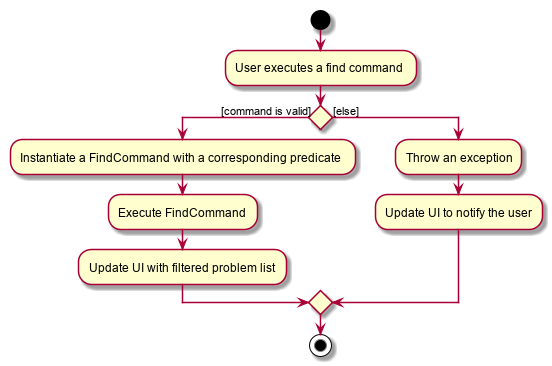
The PlantUML diagram docs/images/find/FindCommandActivityDiagram.png in nus-cs2103-AY1920S1/addressbook-level3, before a commit.
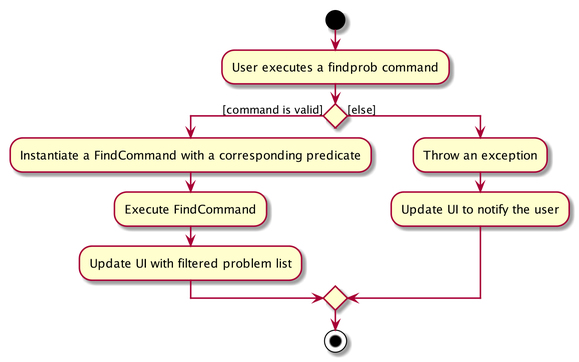
After the commit.

What changed in the source:
```diff
@@ -2,7 +2,7 @@
 
 start
 
-:User executes a find command;
+:User executes a findprob command;
 
 if () then ([command is valid])
 	:Instantiate a FindCommand with a corresponding predicate;
```
